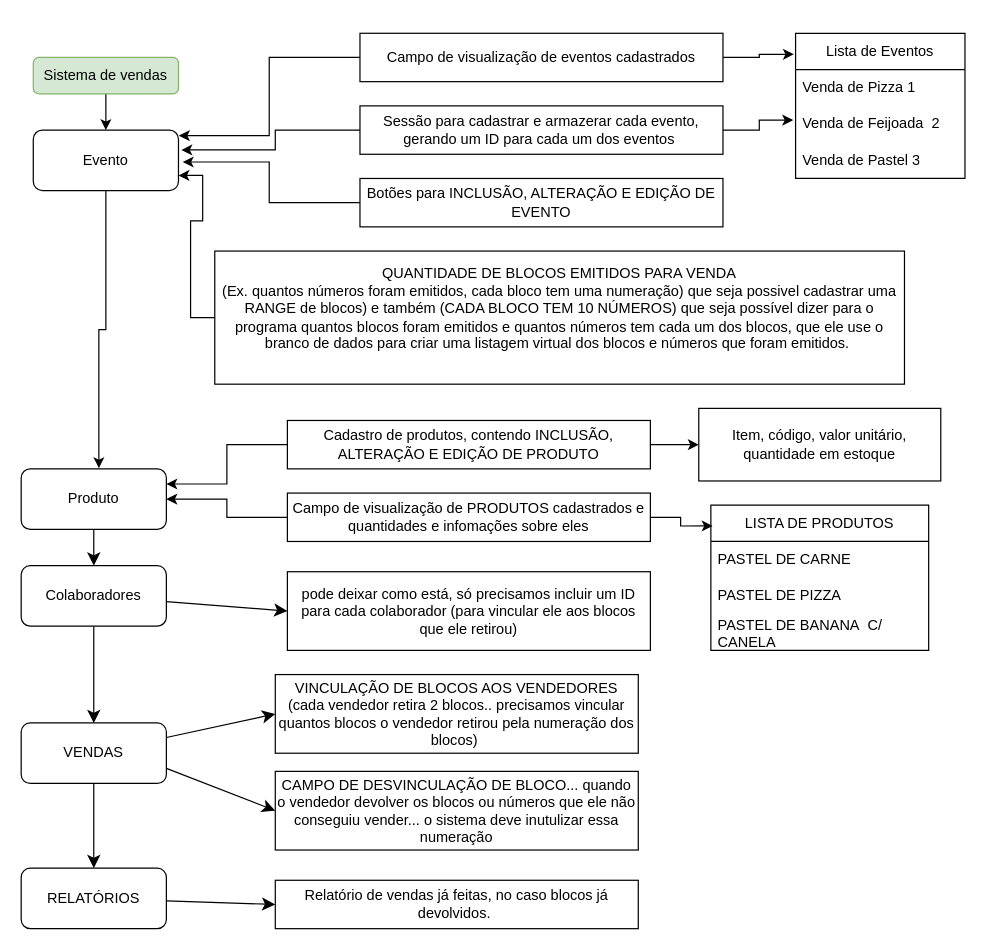
Before: Diagrama sem nome.drawio in deepmatador/Sistema-Vendas, a draw.io diagram. Source tidied: cells renumbered, new cells numbered last; positions are measured from the earlier drawing's top-left corner, leaving out a move shared by most shapes. Both pictures are drawn from the tidied source at 121%, with x=0, y=0 at pixel (21, 33).
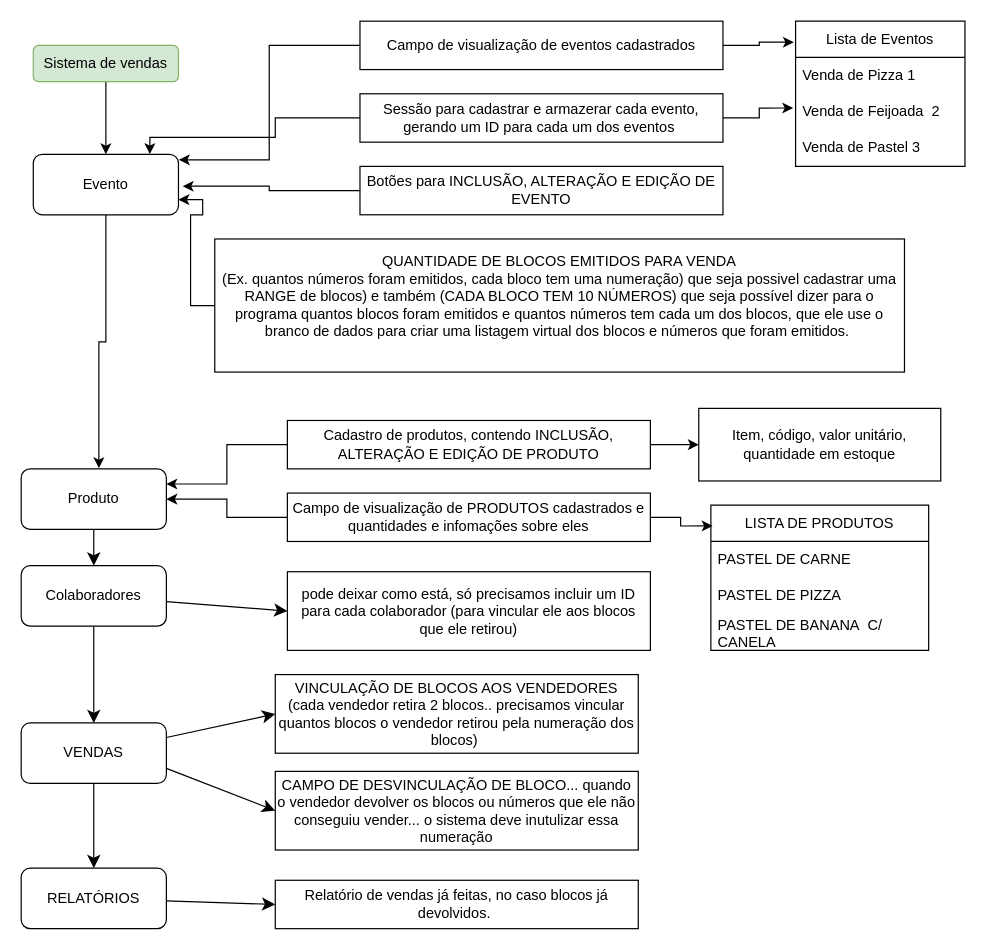
The same diagram, later.

The change refers to these unchanged cells:
```xml
<mxCell id="23" value="Cadastro de produtos, contendo INCLUSÃO, ALTERAÇÃO E EDIÇÃO DE PRODUTO" style="rounded=0;whiteSpace=wrap;html=1;" parent="1" vertex="1">
  <mxGeometry x="220" y="320" width="300" height="40" as="geometry" />
</mxCell>
<mxCell id="39" value="Item, código, valor unitário, quantidade em estoque" style="rounded=0;whiteSpace=wrap;html=1;" parent="1" vertex="1">
  <mxGeometry x="560" y="310" width="200" height="60" as="geometry" />
</mxCell>
```

What changed in the source:
```diff
@@
     <mxCell id="2" value="Evento" style="rounded=1;whiteSpace=wrap;html=1;fontSize=12;glass=0;strokeWidth=1;shadow=0;" parent="1" vertex="1">
-      <mxGeometry x="10" y="80" width="120" height="50" as="geometry" />
+      <mxGeometry x="10" y="100" width="120" height="50" as="geometry" />
     </mxCell>
@@
     <mxCell id="4" value="Sistema de vendas" style="text;html=1;align=center;verticalAlign=middle;whiteSpace=wrap;rounded=1;fillColor=#D5E8D4;strokeColor=#82b366;" parent="1" vertex="1">
-      <mxGeometry x="10" y="20" width="120" height="30" as="geometry" />
+      <mxGeometry x="10" y="10" width="120" height="30" as="geometry" />
     </mxCell>
@@
     <mxCell id="14" value="Sessão para cadastrar e armazerar cada evento, gerando um ID para cada um dos eventos&amp;nbsp;" style="rounded=0;whiteSpace=wrap;html=1;" parent="1" vertex="1">
-      <mxGeometry x="280" y="60" width="300" height="40" as="geometry" />
+      <mxGeometry x="280" y="50" width="300" height="40" as="geometry" />
     </mxCell>
     <mxCell id="15" value="Campo de visualização de eventos&amp;nbsp;&lt;span style=&quot;background-color: transparent; color: light-dark(rgb(0, 0, 0), rgb(255, 255, 255)); --darkreader-inline-bgcolor: transparent; --darkreader-inline-color: var(--darkreader-text-000000, #181a1b);&quot;&gt;cadastrados&lt;/span&gt;" style="rounded=0;whiteSpace=wrap;html=1;" parent="1" vertex="1">
-      <mxGeometry x="280" width="300" height="40" as="geometry" />
+      <mxGeometry x="280" y="-10" width="300" height="40" as="geometry" />
     </mxCell>
     <mxCell id="16" value="Botões para INCLUSÃO, ALTERAÇÃO E EDIÇÃO DE EVENTO" style="rounded=0;whiteSpace=wrap;html=1;" parent="1" vertex="1">
-      <mxGeometry x="280" y="120" width="300" height="40" as="geometry" />
+      <mxGeometry x="280" y="110" width="300" height="40" as="geometry" />
     </mxCell>
     <mxCell id="17" value="Lista de Eventos" style="swimlane;fontStyle=0;horizontal=1;startSize=30;whiteSpace=wrap;html=1;" parent="1" vertex="1">
-      <mxGeometry x="640" width="140" height="120" as="geometry" />
+      <mxGeometry x="640" y="-10" width="140" height="120" as="geometry" />
     </mxCell>
@@
-    <mxCell id="22" style="edgeStyle=orthogonalEdgeStyle;rounded=0;jettySize=auto;html=1;entryX=0;entryY=0.5;entryDx=0;entryDy=0;" parent="1" edge="1" source="23" target="39">
-      <mxGeometry relative="1" as="geometry" />
+    <mxCell id="22" style="edgeStyle=orthogonalEdgeStyle;rounded=0;jettySize=auto;html=1;entryX=0;entryY=0.5;entryDx=0;entryDy=0;" parent="1" edge="1" source="23">
+      <mxGeometry relative="1" as="geometry">
+        <mxPoint x="560" y="340" as="targetPoint" />
+      </mxGeometry>
     </mxCell>
@@
     <mxCell id="31" value="QUANTIDADE DE BLOCOS EMITIDOS PARA VENDA&lt;div&gt;(Ex. quantos números foram emitidos, cada bloco tem uma numeração) que seja possivel cadastrar uma RANGE de blocos) e também (CADA BLOCO TEM 10 NÚMEROS) que seja possível dizer para o programa quantos blocos foram emitidos e quantos números tem cada um dos blocos, que ele use o branco de dados para criar uma listagem virtual dos blocos e números que foram emitidos.&amp;nbsp;&lt;/div&gt;&lt;div&gt;&lt;br&gt;&lt;/div&gt;" style="rounded=0;whiteSpace=wrap;html=1;" parent="1" vertex="1">
-      <mxGeometry x="160" y="180" width="570" height="110" as="geometry" />
+      <mxGeometry x="160" y="170" width="570" height="110" as="geometry" />
     </mxCell>
@@
-    <mxCell id="34" style="edgeStyle=orthogonalEdgeStyle;rounded=0;jettySize=auto;html=1;entryX=1.02;entryY=0.328;entryDx=0;entryDy=0;entryPerimeter=0;" parent="1" edge="1" source="14" target="2">
+    <mxCell id="34" style="edgeStyle=orthogonalEdgeStyle;rounded=0;jettySize=auto;html=1;entryX=0.803;entryY=-0.003;entryDx=0;entryDy=0;entryPerimeter=0;" parent="1" edge="1" source="14" target="2">
       <mxGeometry relative="1" as="geometry">
         <Array as="points">
-          <mxPoint x="210" y="80" />
-          <mxPoint x="210" y="96" />
+          <mxPoint x="210" y="70" />
+          <mxPoint x="210" y="86" />
+          <mxPoint x="106" y="86" />
         </Array>
       </mxGeometry>
     </mxCell>
```
